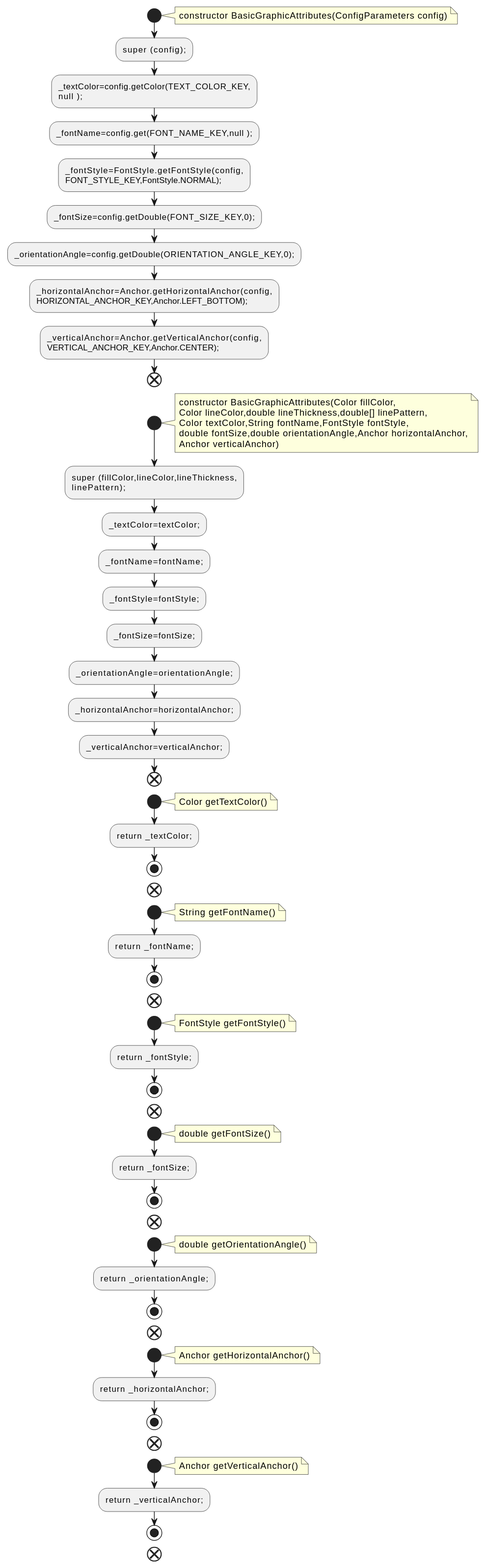
Earlier version of the PlantUML export docs/qc/src/jcckit/graphic/BasicGraphicAttributes.java.fct.svg (qualitesys/plantuml).
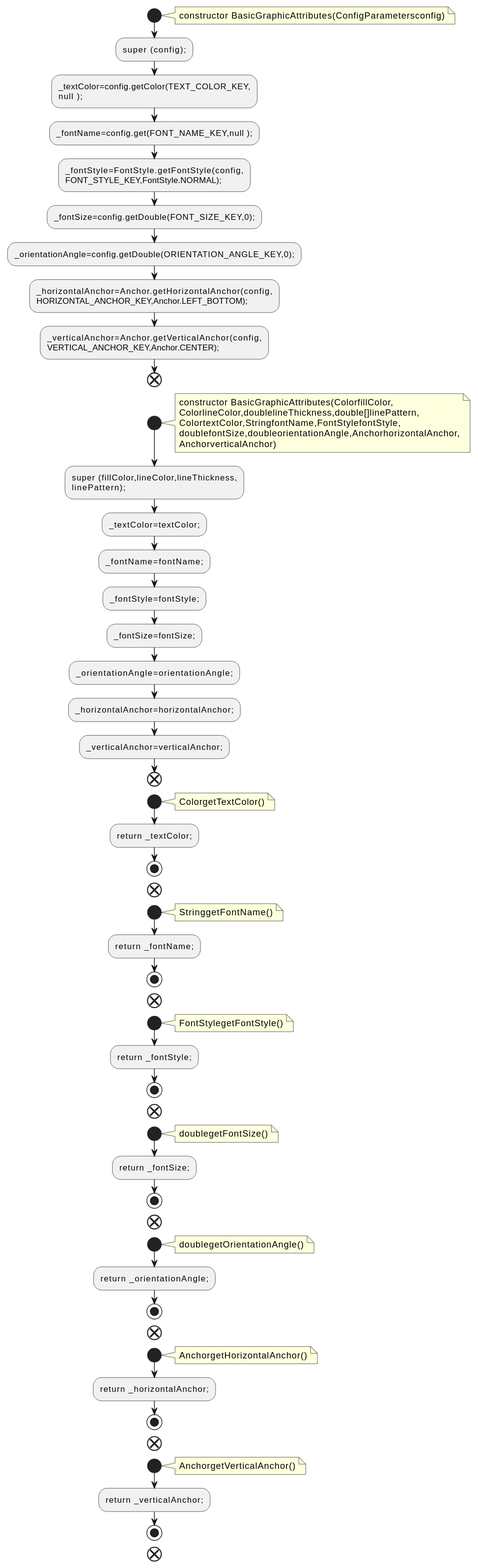
After the change.

Diff of the diagram source:
```diff
@@ -2,7 +2,7 @@
 !pragma layout smetana
 start
 note right
-constructor BasicGraphicAttributes(ConfigParameters config)
+constructor BasicGraphicAttributes(ConfigParametersconfig)
 end note
 :super (config);;
 :_textColor=config.getColor(TEXT_COLOR_KEY,
@@ -19,11 +19,11 @@
 end
 start
 note right
-constructor BasicGraphicAttributes(Color fillColor,
-Color lineColor,double lineThickness,double[] linePattern,
-Color textColor,String fontName,FontStyle fontStyle,
-double fontSize,double orientationAngle,Anchor horizontalAnchor,
-Anchor verticalAnchor)
+constructor BasicGraphicAttributes(ColorfillColor,
+ColorlineColor,doublelineThickness,double[]linePattern,
+ColortextColor,StringfontName,FontStylefontStyle,
+doublefontSize,doubleorientationAngle,AnchorhorizontalAnchor,
+AnchorverticalAnchor)
 end note
 :super (fillColor,lineColor,lineThickness,
 linePattern);;
@@ -37,49 +37,49 @@
 end
 start
 note right
-Color getTextColor()
+ColorgetTextColor()
 end note
 :return _textColor;;
 stop
 end
 start
 note right
-String getFontName()
+StringgetFontName()
 end note
 :return _fontName;;
 stop
 end
 start
 note right
-FontStyle getFontStyle()
+FontStylegetFontStyle()
 end note
 :return _fontStyle;;
 stop
 end
 start
 note right
-double getFontSize()
+doublegetFontSize()
 end note
 :return _fontSize;;
 stop
 end
 start
 note right
-double getOrientationAngle()
+doublegetOrientationAngle()
 end note
 :return _orientationAngle;;
 stop
 end
 start
 note right
-Anchor getHorizontalAnchor()
+AnchorgetHorizontalAnchor()
 end note
 :return _horizontalAnchor;;
 stop
 end
 start
 note right
-Anchor getVerticalAnchor()
+AnchorgetVerticalAnchor()
 end note
 :return _verticalAnchor;;
 stop
```
